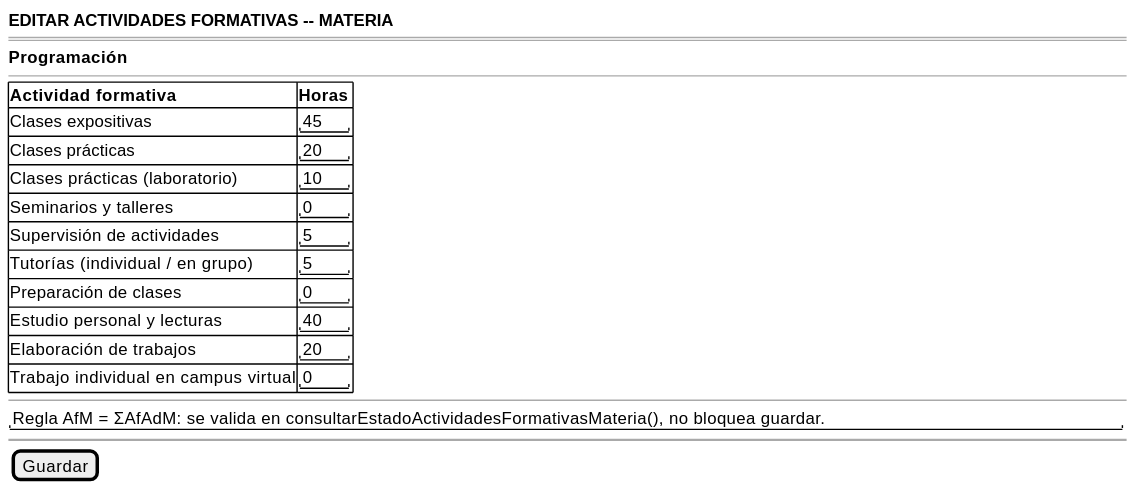
Before: images/RUP/01-requisitos/03-detalle-casos-uso/editarActividadesFormativasMateria/wireframe.svg, a diagram exported from PlantUML (mmasias/pyCeldaPublico).
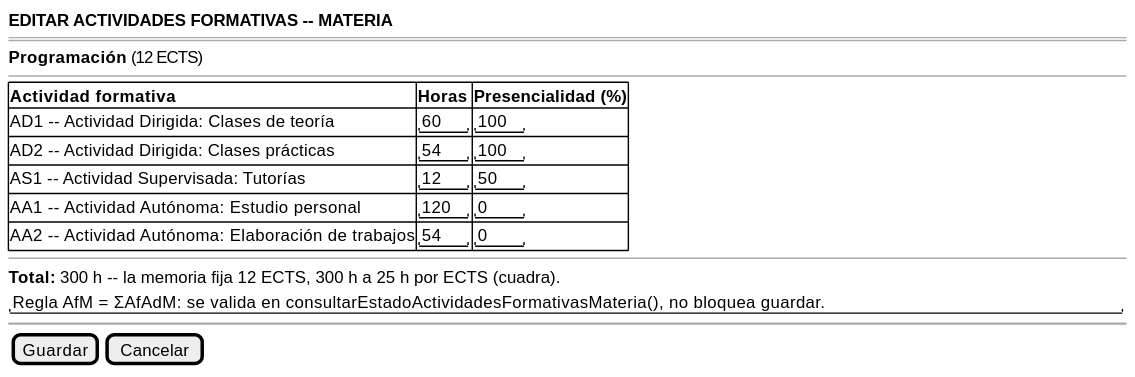
After the change.

Change to the diagram source:
```diff
@@ -2,24 +2,20 @@
 {
     <b>EDITAR ACTIVIDADES FORMATIVAS -- MATERIA</b>
     ====
-    <b>Programación</b>
+    <b>Programación</b> (12 ECTS)
     --
     {#
-        <b>Actividad formativa</b>          | <b>Horas</b>
-        Clases expositivas                  | "45  "
-        Clases prácticas                    | "20  "
-        Clases prácticas (laboratorio)      | "10  "
-        Seminarios y talleres               | "0   "
-        Supervisión de actividades          | "5   "
-        Tutorías (individual / en grupo)    | "5   "
-        Preparación de clases               | "0   "
-        Estudio personal y lecturas         | "40  "
-        Elaboración de trabajos             | "20  "
-        Trabajo individual en campus virtual| "0   "
+        <b>Actividad formativa</b>                          | <b>Horas</b> | <b>Presencialidad (%)</b>
+        AD1 -- Actividad Dirigida: Clases de teoría          | "60  "       | "100 "
+        AD2 -- Actividad Dirigida: Clases prácticas          | "54  "       | "100 "
+        AS1 -- Actividad Supervisada: Tutorías               | "12  "       | "50  "
+        AA1 -- Actividad Autónoma: Estudio personal          | "120 "       | "0   "
+        AA2 -- Actividad Autónoma: Elaboración de trabajos   | "54  "       | "0   "
     }
     --
+    <b>Total:</b> 300 h -- la memoria fija 12 ECTS, 300 h a 25 h por ECTS (cuadra).
     "Regla AfM = ΣAfAdM: se valida en consultarEstadoActividadesFormativasMateria(), no bloquea guardar."
     ~~
-    {[Guardar]}
+    {[Guardar] | [Cancelar]}
 }
 @endsalt
```
